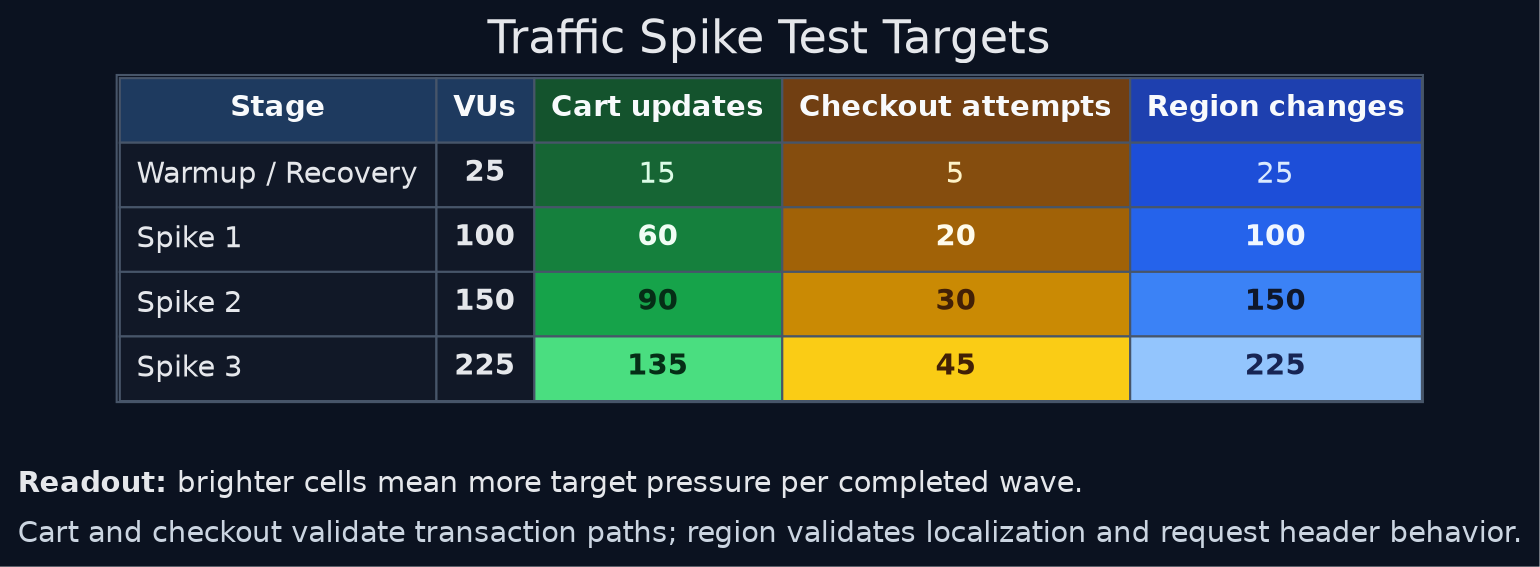
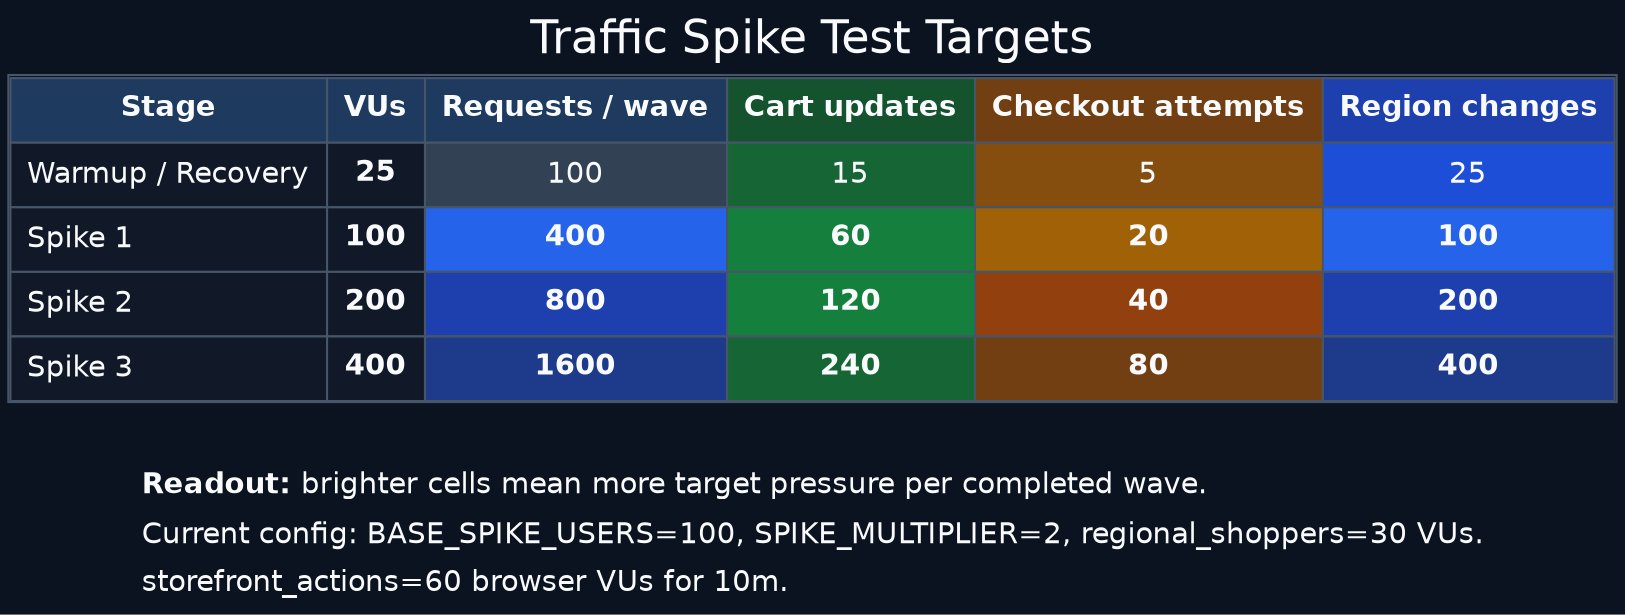
digraph traffic_spike_target_heatmap_dark {
-   graph [
-     rankdir=TB,
-     labelloc=t,
-     label="Traffic Spike Test Targets",
-     bgcolor="#0b1220",
-     fontcolor="#e5e7eb",
-     fontsize=22,
-     fontname="Helvetica",
-     nodesep=0.35,
-     ranksep=0.4
-   ];
+   graph [rankdir=TB, labelloc=t, label="Traffic Spike Test Targets", bgcolor="#0b1220", fontcolor="#f8fafc", fontsize=22, fontname="Helvetica", nodesep=0.35, ranksep=0.4];
+   node [shape=plain, fontname="Helvetica", fontcolor="#f8fafc"];
+   edge [style=invis];

-   node [
-     shape=plain,
-     fontname="Helvetica",
-     fontcolor="#e5e7eb"
-   ];
+   target_heatmap [label=<
+     <TABLE BORDER="1" CELLBORDER="1" CELLSPACING="0" CELLPADDING="7" COLOR="#475569">
+       <TR><TD BGCOLOR="#1e3a5f"><FONT COLOR="#f8fafc"><B>Stage</B></FONT></TD><TD BGCOLOR="#1e3a5f"><FONT COLOR="#f8fafc"><B>VUs</B></FONT></TD><TD BGCOLOR="#1e3a5f"><FONT COLOR="#f8fafc"><B>Requests / wave</B></FONT></TD><TD BGCOLOR="#14532d"><FONT COLOR="#f8fafc"><B>Cart updates</B></FONT></TD><TD BGCOLOR="#713f12"><FONT COLOR="#f8fafc"><B>Checkout attempts</B></FONT></TD><TD BGCOLOR="#1e40af"><FONT COLOR="#f8fafc"><B>Region changes</B></FONT></TD></TR>
+       <TR><TD ALIGN="LEFT" BGCOLOR="#111827"><FONT COLOR="#f8fafc">Warmup / Recovery</FONT></TD><TD BGCOLOR="#111827"><FONT COLOR="#f8fafc"><B>25</B></FONT></TD><TD BGCOLOR="#334155"><FONT COLOR="#f8fafc">100</FONT></TD><TD BGCOLOR="#166534"><FONT COLOR="#f8fafc">15</FONT></TD><TD BGCOLOR="#854d0e"><FONT COLOR="#f8fafc">5</FONT></TD><TD BGCOLOR="#1d4ed8"><FONT COLOR="#f8fafc">25</FONT></TD></TR>
+       <TR><TD ALIGN="LEFT" BGCOLOR="#111827"><FONT COLOR="#f8fafc">Spike 1</FONT></TD><TD BGCOLOR="#111827"><FONT COLOR="#f8fafc"><B>100</B></FONT></TD><TD BGCOLOR="#2563eb"><FONT COLOR="#f8fafc"><B>400</B></FONT></TD><TD BGCOLOR="#15803d"><FONT COLOR="#f8fafc"><B>60</B></FONT></TD><TD BGCOLOR="#a16207"><FONT COLOR="#f8fafc"><B>20</B></FONT></TD><TD BGCOLOR="#2563eb"><FONT COLOR="#f8fafc"><B>100</B></FONT></TD></TR>
+       <TR><TD ALIGN="LEFT" BGCOLOR="#111827"><FONT COLOR="#f8fafc">Spike 2</FONT></TD><TD BGCOLOR="#111827"><FONT COLOR="#f8fafc"><B>200</B></FONT></TD><TD BGCOLOR="#1e40af"><FONT COLOR="#f8fafc"><B>800</B></FONT></TD><TD BGCOLOR="#15803d"><FONT COLOR="#f8fafc"><B>120</B></FONT></TD><TD BGCOLOR="#92400e"><FONT COLOR="#f8fafc"><B>40</B></FONT></TD><TD BGCOLOR="#1e40af"><FONT COLOR="#f8fafc"><B>200</B></FONT></TD></TR>
+       <TR><TD ALIGN="LEFT" BGCOLOR="#111827"><FONT COLOR="#f8fafc">Spike 3</FONT></TD><TD BGCOLOR="#111827"><FONT COLOR="#f8fafc"><B>400</B></FONT></TD><TD BGCOLOR="#1e3a8a"><FONT COLOR="#f8fafc"><B>1600</B></FONT></TD><TD BGCOLOR="#166534"><FONT COLOR="#f8fafc"><B>240</B></FONT></TD><TD BGCOLOR="#713f12"><FONT COLOR="#f8fafc"><B>80</B></FONT></TD><TD BGCOLOR="#1e3a8a"><FONT COLOR="#f8fafc"><B>400</B></FONT></TD></TR>
+     </TABLE>
+   >];

-   edge [
-     style=invis
-   ];
- 
-   target_heatmap [
-     label=<
-       <TABLE BORDER="1" CELLBORDER="1" CELLSPACING="0" CELLPADDING="7" COLOR="#475569">
-         <TR>
-           <TD BGCOLOR="#1e3a5f"><FONT COLOR="#f8fafc"><B>Stage</B></FONT></TD>
-           <TD BGCOLOR="#1e3a5f"><FONT COLOR="#f8fafc"><B>VUs</B></FONT></TD>
-           <TD BGCOLOR="#14532d"><FONT COLOR="#f8fafc"><B>Cart updates</B></FONT></TD>
-           <TD BGCOLOR="#713f12"><FONT COLOR="#f8fafc"><B>Checkout attempts</B></FONT></TD>
-           <TD BGCOLOR="#1e40af"><FONT COLOR="#f8fafc"><B>Region changes</B></FONT></TD>
-         </TR>
-         <TR>
-           <TD ALIGN="LEFT" BGCOLOR="#111827"><FONT COLOR="#e5e7eb">Warmup / Recovery</FONT></TD>
-           <TD BGCOLOR="#111827"><FONT COLOR="#e5e7eb"><B>25</B></FONT></TD>
-           <TD BGCOLOR="#166534"><FONT COLOR="#dcfce7">15</FONT></TD>
-           <TD BGCOLOR="#854d0e"><FONT COLOR="#fef3c7">5</FONT></TD>
-           <TD BGCOLOR="#1d4ed8"><FONT COLOR="#dbeafe">25</FONT></TD>
-         </TR>
-         <TR>
-           <TD ALIGN="LEFT" BGCOLOR="#111827"><FONT COLOR="#e5e7eb">Spike 1</FONT></TD>
-           <TD BGCOLOR="#111827"><FONT COLOR="#e5e7eb"><B>100</B></FONT></TD>
-           <TD BGCOLOR="#15803d"><FONT COLOR="#f0fdf4"><B>60</B></FONT></TD>
-           <TD BGCOLOR="#a16207"><FONT COLOR="#fffbeb"><B>20</B></FONT></TD>
-           <TD BGCOLOR="#2563eb"><FONT COLOR="#eff6ff"><B>100</B></FONT></TD>
-         </TR>
-         <TR>
-           <TD ALIGN="LEFT" BGCOLOR="#111827"><FONT COLOR="#e5e7eb">Spike 2</FONT></TD>
-           <TD BGCOLOR="#111827"><FONT COLOR="#e5e7eb"><B>150</B></FONT></TD>
-           <TD BGCOLOR="#16a34a"><FONT COLOR="#052e16"><B>90</B></FONT></TD>
-           <TD BGCOLOR="#ca8a04"><FONT COLOR="#422006"><B>30</B></FONT></TD>
-           <TD BGCOLOR="#3b82f6"><FONT COLOR="#0f172a"><B>150</B></FONT></TD>
-         </TR>
-         <TR>
-           <TD ALIGN="LEFT" BGCOLOR="#111827"><FONT COLOR="#e5e7eb">Spike 3</FONT></TD>
-           <TD BGCOLOR="#111827"><FONT COLOR="#e5e7eb"><B>225</B></FONT></TD>
-           <TD BGCOLOR="#4ade80"><FONT COLOR="#052e16"><B>135</B></FONT></TD>
-           <TD BGCOLOR="#facc15"><FONT COLOR="#422006"><B>45</B></FONT></TD>
-           <TD BGCOLOR="#93c5fd"><FONT COLOR="#172554"><B>225</B></FONT></TD>
-         </TR>
-       </TABLE>
-     >
-   ];
- 
-   target_note [
-     label=<
-       <TABLE BORDER="0" CELLBORDER="0" CELLSPACING="0" CELLPADDING="4">
-         <TR><TD ALIGN="LEFT"><FONT COLOR="#e5e7eb"><B>Readout:</B> brighter cells mean more target pressure per completed wave.</FONT></TD></TR>
-         <TR><TD ALIGN="LEFT"><FONT COLOR="#cbd5e1">Cart and checkout validate transaction paths; region validates localization and request header behavior.</FONT></TD></TR>
-       </TABLE>
-     >
-   ];
+   target_note [label=<
+     <TABLE BORDER="0" CELLBORDER="0" CELLSPACING="0" CELLPADDING="4">
+       <TR><TD ALIGN="LEFT"><FONT COLOR="#f8fafc"><B>Readout:</B> brighter cells mean more target pressure per completed wave.</FONT></TD></TR>
+       <TR><TD ALIGN="LEFT"><FONT COLOR="#f8fafc">Current config: BASE_SPIKE_USERS=100, SPIKE_MULTIPLIER=2, regional_shoppers=30 VUs.</FONT></TD></TR>
+       <TR><TD ALIGN="LEFT"><FONT COLOR="#f8fafc">storefront_actions=60 browser VUs for 10m.</FONT></TD></TR>
+     </TABLE>
+   >];

  target_heatmap -> target_note;
}
